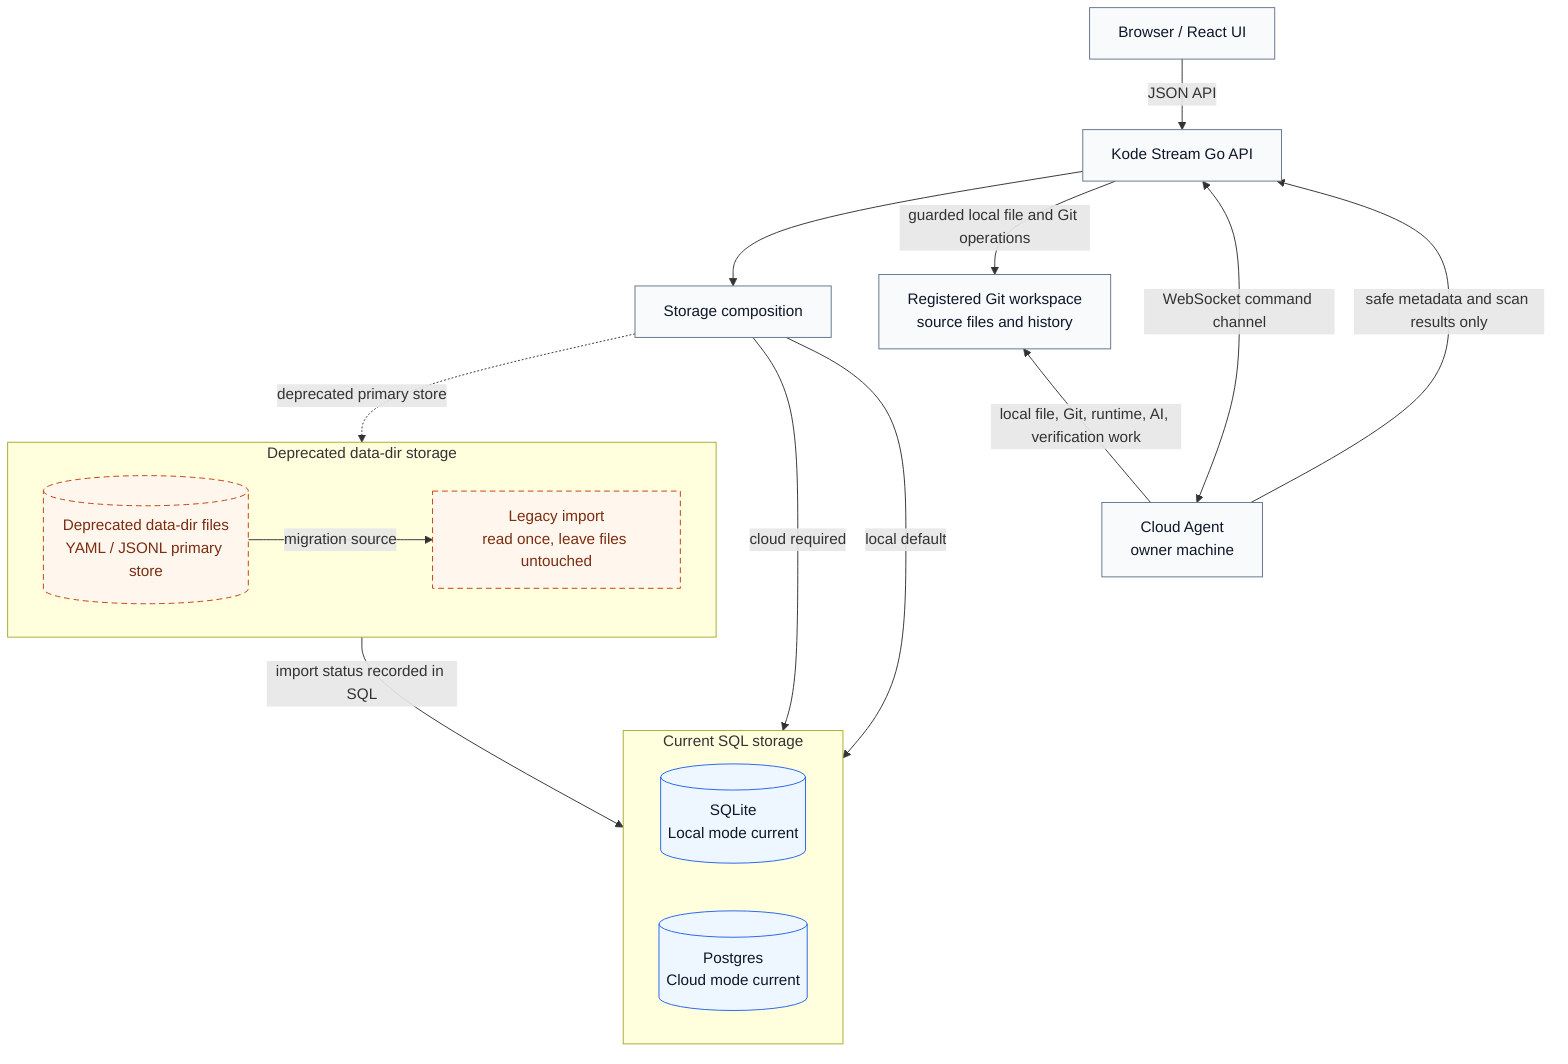
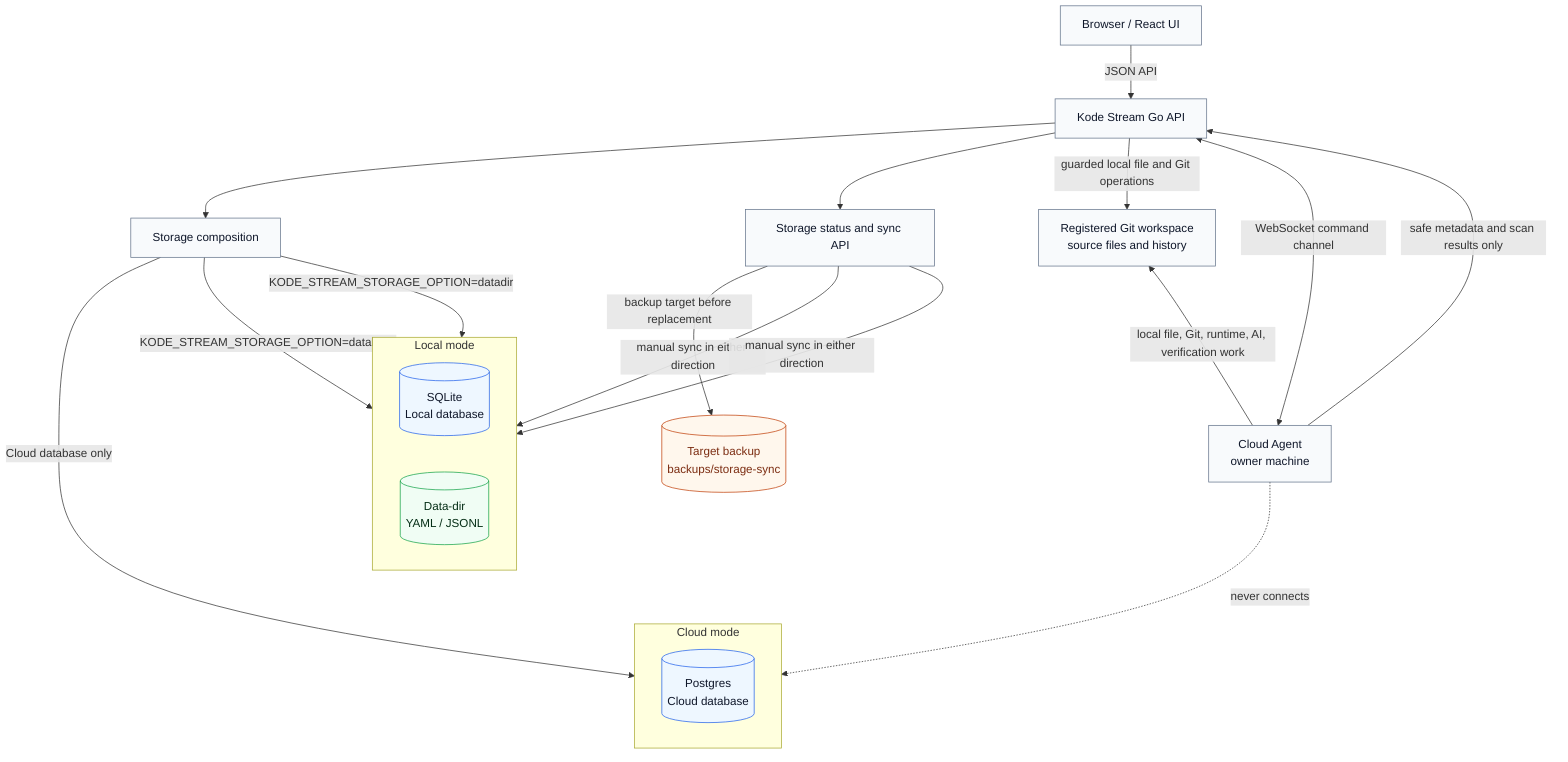
flowchart TB
  browser[Browser / React UI]
  api[Kode Stream Go API]
-   storage[Storage composition]
-   sqlite[(SQLite\nLocal mode current)]
-   postgres[(Postgres\nCloud mode current)]
-   legacyStore[(Deprecated data-dir files\nYAML / JSONL primary store)]
-   legacyImport[Legacy import\nread once, leave files untouched]
+   composition[Storage composition]
+   status[Storage status and sync API]
+   sqlite[(SQLite\nLocal database)]
+   datadir[(Data-dir\nYAML / JSONL)]
+   postgres[(Postgres\nCloud database)]
+   backup[(Target backup\nbackups/storage-sync)]
  repo[Registered Git workspace\nsource files and history]
  agent[Cloud Agent\nowner machine]

  browser -->|JSON API| api
-   api --> storage
+   api --> composition
+   api --> status

-   subgraph current[Current SQL storage]
+   subgraph local[Local mode]
    direction LR
    sqlite
+     datadir
+   end
+ 
+   subgraph cloud[Cloud mode]
+     direction LR
    postgres
  end

-   subgraph deprecatedStorage[Deprecated data-dir storage]
-     direction LR
-     legacyStore -->|migration source| legacyImport
-   end
+   composition -->|KODE_STREAM_STORAGE_OPTION=database| sqlite
+   composition -->|KODE_STREAM_STORAGE_OPTION=datadir| datadir
+   composition -->|Cloud database only| postgres
+   status -->|manual sync in either direction| sqlite
+   status -->|manual sync in either direction| datadir
+   status -->|backup target before replacement| backup

-   storage -->|cloud required| postgres
-   storage -->|local default| sqlite
-   storage -. deprecated primary store .-> legacyStore
-   legacyImport -->|import status recorded in SQL| sqlite
  api -->|guarded local file and Git operations| repo
  api <-->|WebSocket command channel| agent
  agent -->|local file, Git, runtime, AI, verification work| repo
  agent -->|safe metadata and scan results only| api
+   agent -. never connects .-> postgres

  repo ~~~ agent

  classDef db fill:#eef7ff,stroke:#2563eb,color:#0f172a
-   classDef deprecated fill:#fff7ed,stroke:#c2410c,color:#7c2d12,stroke-dasharray:6 4
+   classDef file fill:#f0fdf4,stroke:#16a34a,color:#052e16
+   classDef backup fill:#fff7ed,stroke:#c2410c,color:#7c2d12
  classDef runtime fill:#f8fafc,stroke:#64748b,color:#0f172a
  class sqlite,postgres db
-   class legacyStore,legacyImport deprecated
-   class browser,api,storage,repo,agent runtime
+   class datadir file
+   class backup backup
+   class browser,api,composition,status,repo,agent runtime
